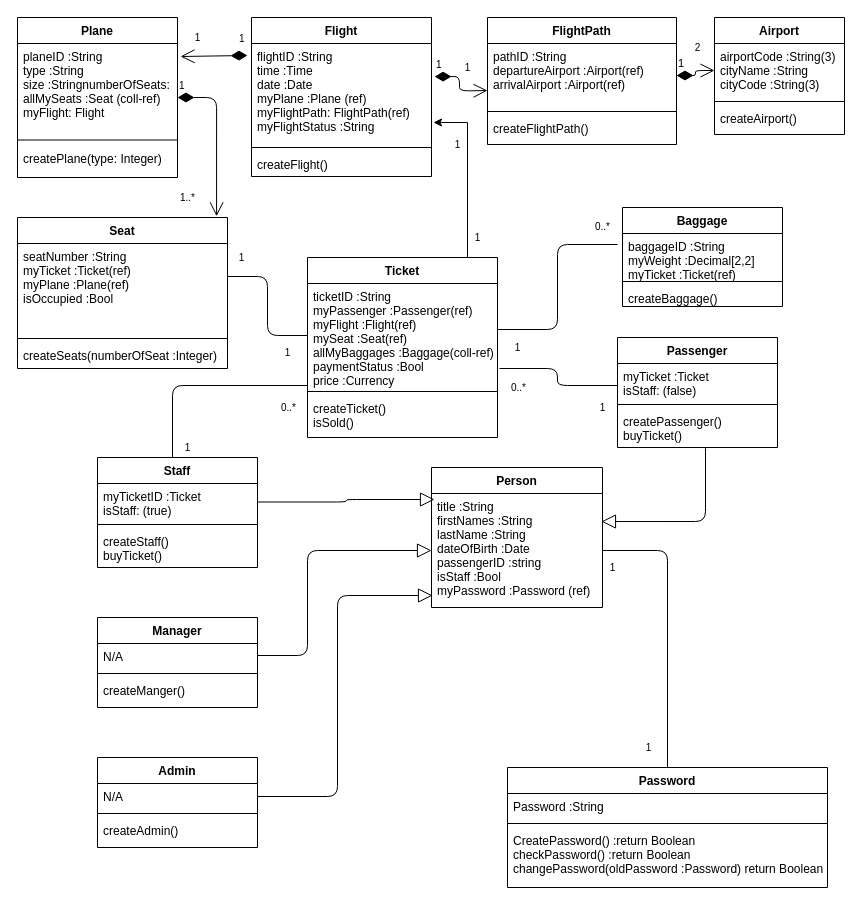
The draw.io diagram Untitled Diagram.drawio in trannthany/Jade_OOD, before the edit. Source tidied: cells renumbered, new cells numbered last; positions are measured from the earlier drawing's top-left corner, leaving out a move shared by most shapes. Both pictures are drawn from the tidied source at 100%, with x=0, y=0 at pixel (17, 17).
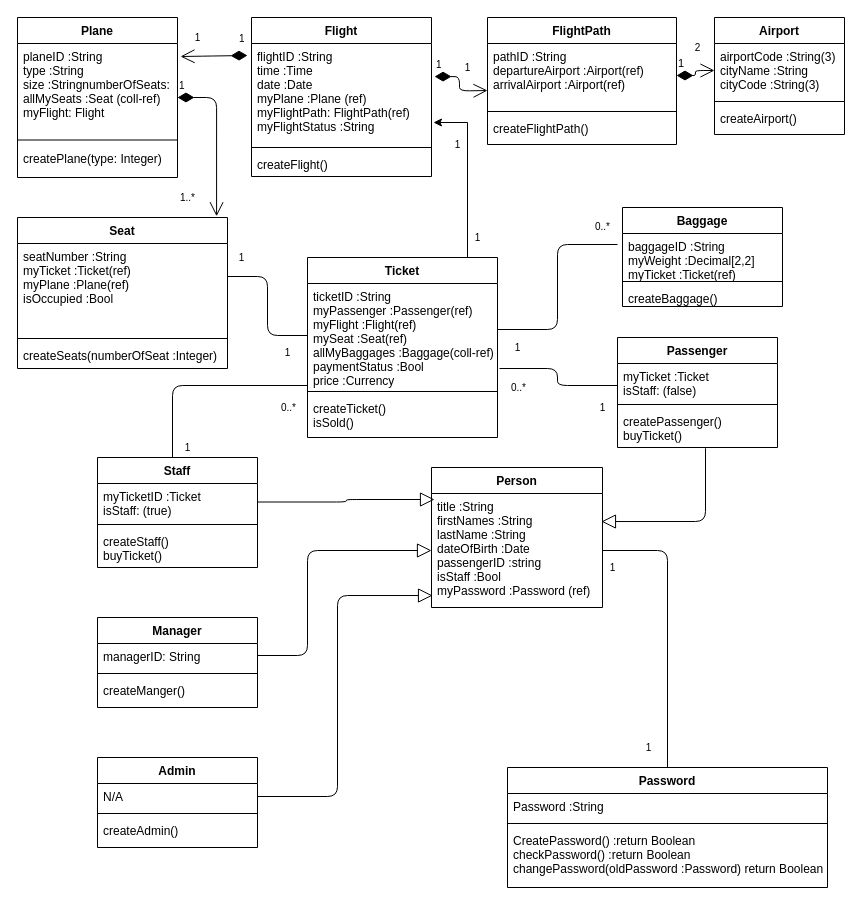
Above is the later version.

The change refers to these unchanged cells:
```xml
<mxCell id="44" value="Manager" style="swimlane;fontStyle=1;align=center;verticalAlign=top;horizontal=1;startSize=26;" parent="1" vertex="1">
  <mxGeometry x="80" y="600" width="160" height="90" as="geometry" />
</mxCell>
```

The edit, as a diff of the source:
```diff
@@
-    <mxCell id="45" value="N/A" style="text;strokeColor=none;fillColor=none;align=left;verticalAlign=top;spacingLeft=4;spacingRight=4;overflow=hidden;" parent="44" vertex="1">
+    <mxCell id="45" value="managerID: String" style="text;strokeColor=none;fillColor=none;align=left;verticalAlign=top;spacingLeft=4;spacingRight=4;overflow=hidden;" parent="44" vertex="1">
       <mxGeometry y="26" width="160" height="26" as="geometry" />
     </mxCell>
```
